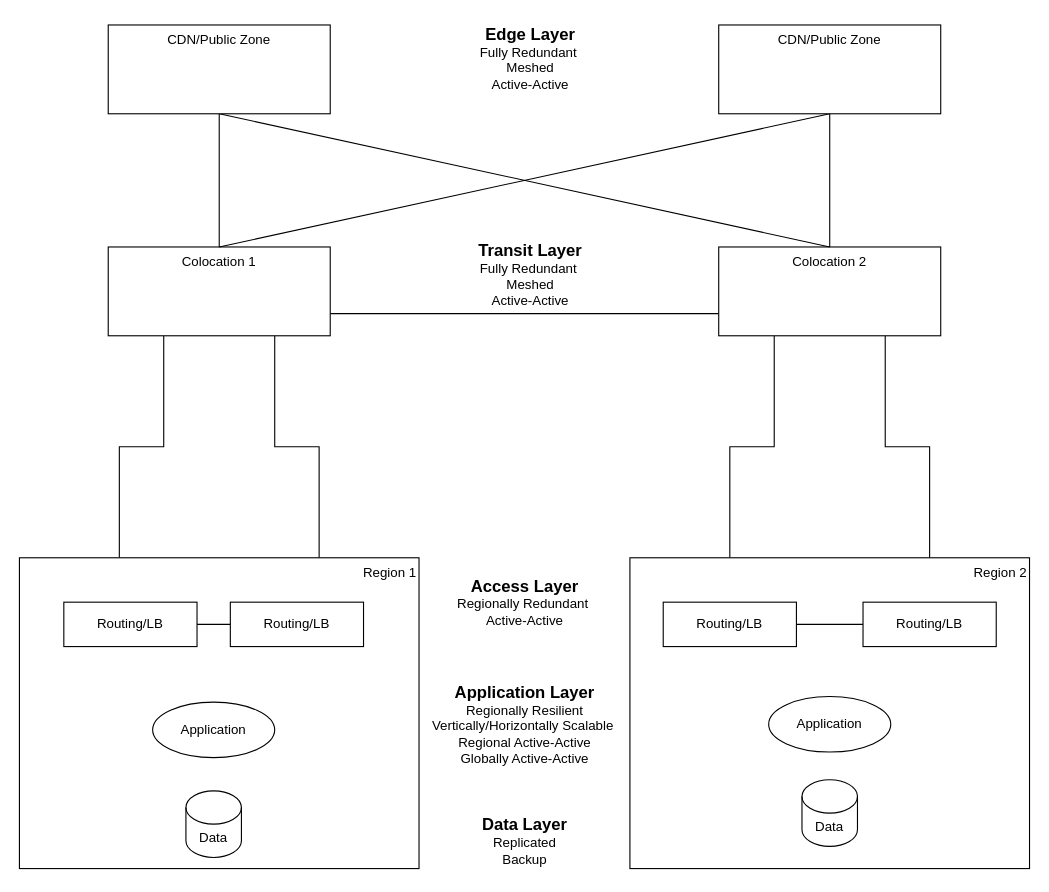
This is page "High Level" (1 of 20) of disaster-recovery.drawio from bpayt2/temp, a draw.io file, before an edit. Source tidied: cells renumbered, new cells numbered last; positions are measured from the earlier drawing's top-left corner, leaving out a move shared by most shapes. Both pictures are drawn from the tidied source at 111%, with x=0, y=0 at pixel (19, 19).
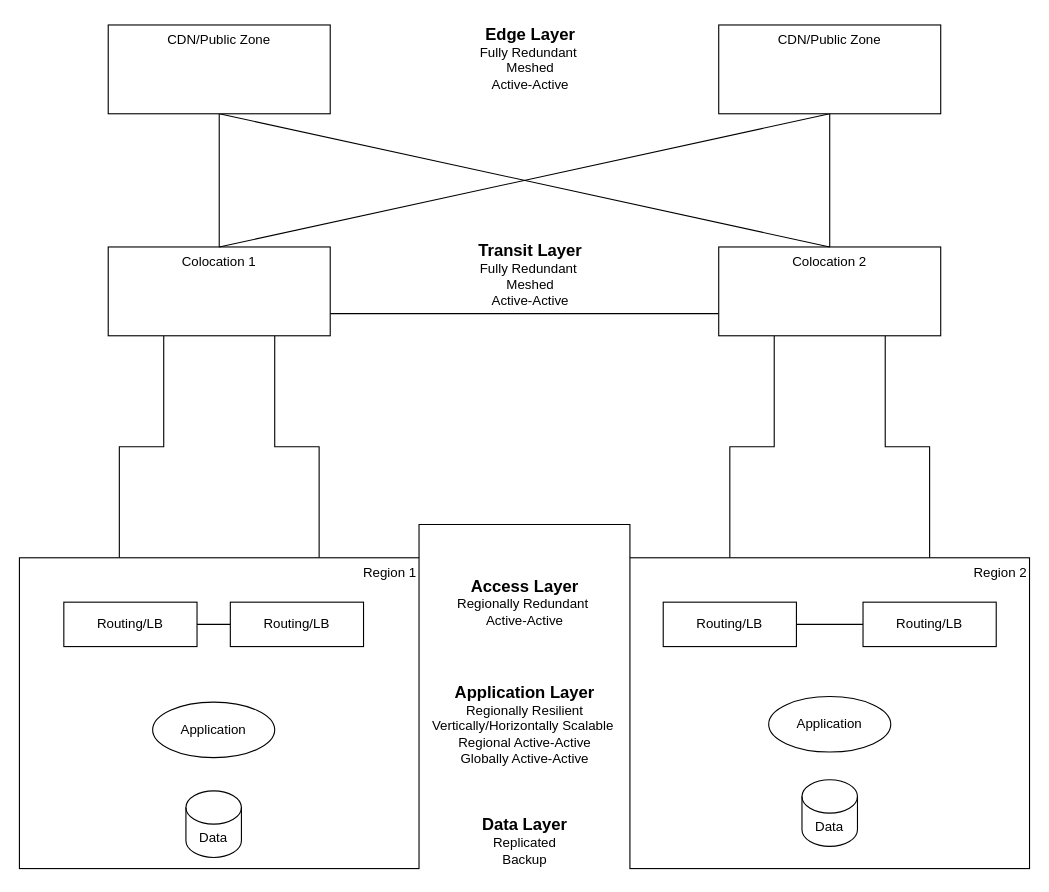
The same diagram, later.

Unchanged cells that the change refers to:
```xml
<mxCell id="10" value="Region 1" style="rounded=0;whiteSpace=wrap;html=1;verticalAlign=top;align=right;" parent="1" vertex="1">
  <mxGeometry y="485" width="360" height="280" as="geometry" />
</mxCell>
<mxCell id="11" value="Region 2" style="rounded=0;whiteSpace=wrap;html=1;verticalAlign=top;align=right;" parent="1" vertex="1">
  <mxGeometry x="550" y="485" width="360" height="280" as="geometry" />
</mxCell>
```

Change to the diagram source:
```diff
@@
+    <mxCell id="32" style="edgeStyle=orthogonalEdgeStyle;rounded=0;jettySize=auto;html=1;exitX=1;exitY=0;exitDx=0;exitDy=0;entryX=0;entryY=0;entryDx=0;entryDy=0;endArrow=none;endFill=0;startArrow=none;startFill=0;" parent="1" edge="1" source="10" target="11">
+      <mxGeometry relative="1" as="geometry">
+        <Array as="points">
+          <mxPoint x="360" y="455" />
+          <mxPoint x="550" y="455" />
+        </Array>
+      </mxGeometry>
+    </mxCell>
```
